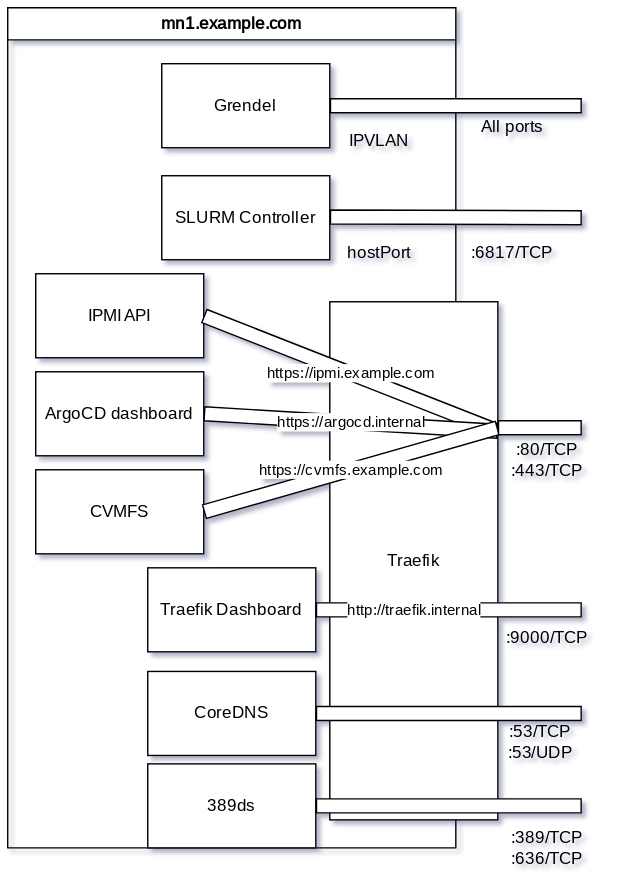
Above: docs/docs/03-deepsquare-grid/10-join-the-grid/20-clusterfactory/30-deploy-core.assets/architecture-cf-de-Page-7.drawio.svg in deepsquare-io/grid (draw.io), before the change. Source tidied: cells renumbered, new cells last; positions are measured from the earlier drawing's top-left corner, leaving out a move shared by most shapes.
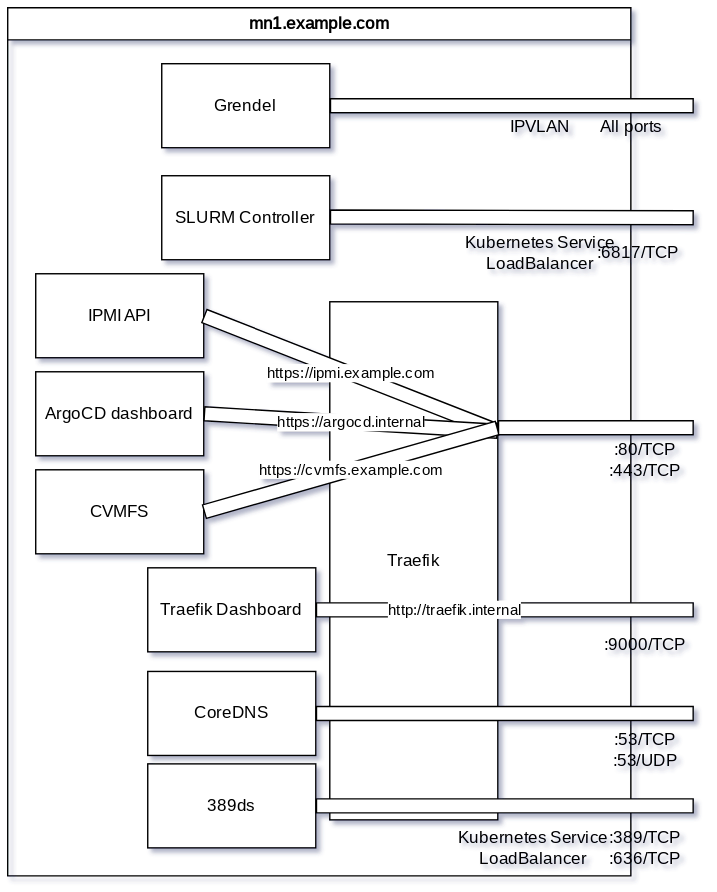
Later version of the same file.

The edit, as a diff of the source:
```diff
@@ -3,7 +3,7 @@
     <mxCell id="0" />
     <mxCell id="1" parent="0" />
     <mxCell id="2" value="mn1.example.com" style="swimlane;whiteSpace=wrap;html=1;fontFamily=Mulish;fontSource=https%3A%2F%2Ffonts.googleapis.com%2Fcss%3Ffamily%3DMulish;" parent="1" vertex="1">
-      <mxGeometry width="320" height="600" as="geometry" />
+      <mxGeometry width="445" height="620" as="geometry" />
     </mxCell>
     <mxCell id="3" value="SLURM Controller" style="rounded=0;whiteSpace=wrap;html=1;fontFamily=Mulish;fontSource=https%3A%2F%2Ffonts.googleapis.com%2Fcss%3Ffamily%3DMulish;" parent="2" vertex="1">
       <mxGeometry x="110" y="120" width="120" height="60" as="geometry" />
@@ -21,16 +21,16 @@
       <mxGeometry x="110" y="40" width="120" height="60" as="geometry" />
     </mxCell>
     <mxCell id="8" value="IPVLAN" style="text;html=1;align=center;verticalAlign=middle;fontFamily=Mulish;fontSource=https%3A%2F%2Ffonts.googleapis.com%2Fcss%3Ffamily%3DMulish;" parent="2" vertex="1">
-      <mxGeometry x="230" y="80" width="70" height="30" as="geometry" />
+      <mxGeometry x="345" y="70" width="70" height="30" as="geometry" />
     </mxCell>
     <mxCell id="9" style="shape=flexArrow;endArrow=none;html=1;rounded=0;endFill=0;exitX=1;exitY=0.5;exitDx=0;exitDy=0;fontFamily=Mulish;fontSource=https%3A%2F%2Ffonts.googleapis.com%2Fcss%3Ffamily%3DMulish;fillColor=default;" parent="2" edge="1">
       <mxGeometry relative="1" as="geometry">
         <mxPoint x="230" y="149.5" as="sourcePoint" />
-        <mxPoint x="410" y="150" as="targetPoint" />
+        <mxPoint x="490" y="150" as="targetPoint" />
       </mxGeometry>
     </mxCell>
-    <mxCell id="10" value="hostPort" style="text;html=1;align=center;verticalAlign=middle;fontFamily=Mulish;fontSource=https%3A%2F%2Ffonts.googleapis.com%2Fcss%3Ffamily%3DMulish;" parent="2" vertex="1">
-      <mxGeometry x="230" y="160" width="70" height="30" as="geometry" />
+    <mxCell id="10" value="Kubernetes Service&lt;br&gt;LoadBalancer" style="text;html=1;align=center;verticalAlign=middle;fontFamily=Mulish;fontSource=https%3A%2F%2Ffonts.googleapis.com%2Fcss%3Ffamily%3DMulish;" parent="2" vertex="1">
+      <mxGeometry x="315" y="155" width="130" height="40" as="geometry" />
     </mxCell>
     <mxCell id="11" value="IPMI API" style="rounded=0;whiteSpace=wrap;html=1;fontFamily=Mulish;fontSource=https%3A%2F%2Ffonts.googleapis.com%2Fcss%3Ffamily%3DMulish;" parent="2" vertex="1">
       <mxGeometry x="20" y="190" width="120" height="60" as="geometry" />
@@ -51,7 +51,7 @@
     </mxCell>
     <mxCell id="16" value="http://traefik.internal" style="shape=flexArrow;endArrow=none;html=1;rounded=0;endFill=0;exitX=1;exitY=0.5;exitDx=0;exitDy=0;fontFamily=Mulish;fontSource=https%3A%2F%2Ffonts.googleapis.com%2Fcss%3Ffamily%3DMulish;labelBackgroundColor=default;fillColor=default;" parent="2" edge="1" source="6">
       <mxGeometry x="-0.26" relative="1" as="geometry">
-        <mxPoint x="410" y="430" as="targetPoint" />
+        <mxPoint x="490" y="430" as="targetPoint" />
       </mxGeometry>
     </mxCell>
     <mxCell id="17" value="CoreDNS" style="rounded=0;whiteSpace=wrap;html=1;fontFamily=Mulish;fontSource=https%3A%2F%2Ffonts.googleapis.com%2Fcss%3Ffamily%3DMulish;" parent="2" vertex="1">
@@ -59,45 +59,48 @@
     </mxCell>
     <mxCell id="18" style="shape=flexArrow;endArrow=none;html=1;rounded=0;endFill=0;exitX=1;exitY=0.5;exitDx=0;exitDy=0;fontFamily=Mulish;fontSource=https%3A%2F%2Ffonts.googleapis.com%2Fcss%3Ffamily%3DMulish;labelBackgroundColor=default;fillColor=default;" parent="2" edge="1" source="17">
       <mxGeometry x="-0.26" relative="1" as="geometry">
-        <mxPoint x="410" y="504" as="targetPoint" />
+        <mxPoint x="490" y="504" as="targetPoint" />
       </mxGeometry>
     </mxCell>
     <mxCell id="19" value="389ds" style="rounded=0;whiteSpace=wrap;html=1;fontFamily=Mulish;fontSource=https%3A%2F%2Ffonts.googleapis.com%2Fcss%3Ffamily%3DMulish;" parent="2" vertex="1">
       <mxGeometry x="100" y="540" width="120" height="60" as="geometry" />
     </mxCell>
+    <mxCell id="29" value="Kubernetes Service&lt;br style=&quot;border-color: var(--border-color);&quot;&gt;LoadBalancer" style="text;html=1;align=center;verticalAlign=middle;fontFamily=Mulish;fontSource=https%3A%2F%2Ffonts.googleapis.com%2Fcss%3Ffamily%3DMulish;" parent="2" vertex="1">
+      <mxGeometry x="310" y="580" width="130" height="40" as="geometry" />
+    </mxCell>
     <mxCell id="20" style="shape=flexArrow;endArrow=none;html=1;rounded=0;endFill=0;exitX=1;exitY=0.5;exitDx=0;exitDy=0;fontFamily=Mulish;fontSource=https%3A%2F%2Ffonts.googleapis.com%2Fcss%3Ffamily%3DMulish;fillColor=default;" parent="1" edge="1" source="7">
       <mxGeometry relative="1" as="geometry">
-        <mxPoint x="410" y="70" as="targetPoint" />
+        <mxPoint x="490" y="70" as="targetPoint" />
       </mxGeometry>
     </mxCell>
     <mxCell id="21" style="shape=flexArrow;endArrow=none;html=1;rounded=0;endFill=0;fontFamily=Mulish;fontSource=https%3A%2F%2Ffonts.googleapis.com%2Fcss%3Ffamily%3DMulish;fillColor=default;" parent="1" edge="1">
       <mxGeometry relative="1" as="geometry">
         <mxPoint x="350" y="300" as="sourcePoint" />
-        <mxPoint x="410" y="300" as="targetPoint" />
+        <mxPoint x="490" y="300" as="targetPoint" />
       </mxGeometry>
     </mxCell>
     <mxCell id="22" value=":80/TCP&lt;br&gt;:443/TCP" style="text;html=1;align=center;verticalAlign=middle;strokeColor=none;fillColor=none;fontFamily=Mulish;fontSource=https%3A%2F%2Ffonts.googleapis.com%2Fcss%3Ffamily%3DMulish;" parent="1" vertex="1">
-      <mxGeometry x="350" y="303" width="70" height="40" as="geometry" />
+      <mxGeometry x="420" y="303" width="70" height="40" as="geometry" />
     </mxCell>
     <mxCell id="23" style="shape=flexArrow;endArrow=none;html=1;rounded=0;endFill=0;exitX=1;exitY=0.5;exitDx=0;exitDy=0;fontFamily=Mulish;fontSource=https%3A%2F%2Ffonts.googleapis.com%2Fcss%3Ffamily%3DMulish;labelBackgroundColor=default;fillColor=default;" parent="1" edge="1" source="19">
       <mxGeometry relative="1" as="geometry">
-        <mxPoint x="410" y="570" as="targetPoint" />
+        <mxPoint x="490" y="570" as="targetPoint" />
       </mxGeometry>
     </mxCell>
     <mxCell id="24" value=":9000/TCP" style="text;html=1;align=center;verticalAlign=middle;strokeColor=none;fillColor=none;fontFamily=Mulish;fontSource=https%3A%2F%2Ffonts.googleapis.com%2Fcss%3Ffamily%3DMulish;" parent="1" vertex="1">
-      <mxGeometry x="345" y="435" width="80" height="30" as="geometry" />
+      <mxGeometry x="415" y="440" width="80" height="30" as="geometry" />
     </mxCell>
     <mxCell id="25" value=":6817/TCP" style="text;html=1;align=center;verticalAlign=middle;strokeColor=none;fillColor=none;fontFamily=Mulish;fontSource=https%3A%2F%2Ffonts.googleapis.com%2Fcss%3Ffamily%3DMulish;" parent="1" vertex="1">
-      <mxGeometry x="320" y="160" width="80" height="30" as="geometry" />
+      <mxGeometry x="410" y="160" width="80" height="30" as="geometry" />
     </mxCell>
     <mxCell id="26" value=":53/TCP&lt;br&gt;:53/UDP" style="text;html=1;align=center;verticalAlign=middle;strokeColor=none;fillColor=none;fontFamily=Mulish;fontSource=https%3A%2F%2Ffonts.googleapis.com%2Fcss%3Ffamily%3DMulish;" parent="1" vertex="1">
-      <mxGeometry x="345" y="504" width="70" height="40" as="geometry" />
+      <mxGeometry x="420" y="510" width="70" height="40" as="geometry" />
     </mxCell>
     <mxCell id="27" value=":389/TCP&lt;br&gt;:636/TCP" style="text;html=1;align=center;verticalAlign=middle;strokeColor=none;fillColor=none;fontFamily=Mulish;fontSource=https%3A%2F%2Ffonts.googleapis.com%2Fcss%3Ffamily%3DMulish;" parent="1" vertex="1">
-      <mxGeometry x="350" y="580" width="70" height="40" as="geometry" />
+      <mxGeometry x="420" y="580" width="70" height="40" as="geometry" />
     </mxCell>
     <mxCell id="28" value="All ports" style="text;html=1;align=center;verticalAlign=middle;strokeColor=none;fillColor=none;fontFamily=Mulish;fontSource=https%3A%2F%2Ffonts.googleapis.com%2Fcss%3Ffamily%3DMulish;" parent="1" vertex="1">
-      <mxGeometry x="325" y="70" width="70" height="30" as="geometry" />
+      <mxGeometry x="410" y="70" width="70" height="30" as="geometry" />
     </mxCell>
   </root>
 </mxGraphModel>
```
